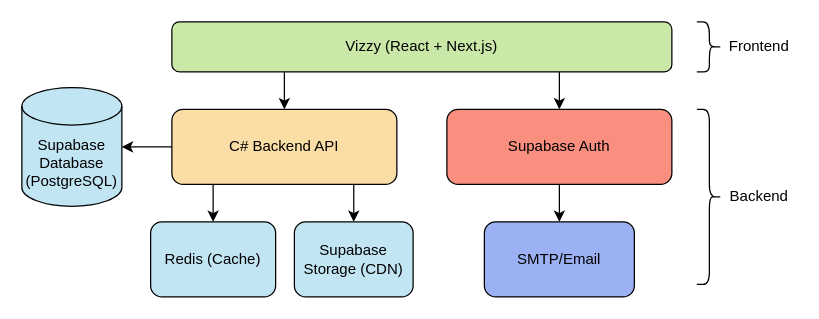
Above: specification/diagrams/system-architecture.drawio in Basiiii/Vizzy (draw.io), before the change. Source tidied: cells renumbered, new cells numbered last; positions are measured from the earlier drawing's top-left corner, leaving out a move shared by most shapes. Both pictures are drawn from the tidied source at 125%, with x=0, y=0 at pixel (21, 21).
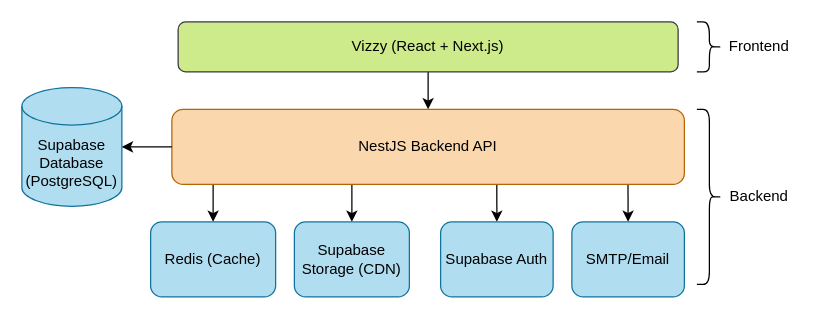
After the change.

Commit message (it also covers changes not shown here):
refactor: update architecture diagram

What changed in the source:
```diff
@@
-    <mxCell id="2" style="edgeStyle=orthogonalEdgeStyle;rounded=0;jettySize=auto;html=1;exitX=0.225;exitY=0.96;exitDx=0;exitDy=0;exitPerimeter=0;" parent="1" edge="1" source="4" target="7">
+    <mxCell id="2" style="edgeStyle=orthogonalEdgeStyle;rounded=0;jettySize=auto;html=1;exitX=0.5;exitY=1;exitDx=0;exitDy=0;" parent="1" edge="1" source="4" target="7">
       <mxGeometry relative="1" as="geometry" />
     </mxCell>
-    <mxCell id="3" style="edgeStyle=orthogonalEdgeStyle;rounded=0;jettySize=auto;html=1;exitX=0.775;exitY=0.998;exitDx=0;exitDy=0;exitPerimeter=0;" parent="1" edge="1" source="4" target="9">
-      <mxGeometry relative="1" as="geometry" />
-    </mxCell>
-    <mxCell id="4" value="Vizzy (React + Next.js)" style="rounded=1;whiteSpace=wrap;html=1;fillColor=light-dark(#cae8a8, #ededed);" parent="1" vertex="1">
-      <mxGeometry x="120" width="400" height="40" as="geometry" />
+    <mxCell id="4" value="&lt;font&gt;Vizzy (React + Next.js)&lt;/font&gt;" style="rounded=1;whiteSpace=wrap;html=1;fillColor=#cdeb8b;strokeColor=#36393d;" parent="1" vertex="1">
+      <mxGeometry x="125" width="400" height="40" as="geometry" />
     </mxCell>
     <mxCell id="5" style="edgeStyle=orthogonalEdgeStyle;rounded=0;jettySize=auto;html=1;entryX=0.5;entryY=0;entryDx=0;entryDy=0;" parent="1" edge="1" source="7" target="10">
       <mxGeometry relative="1" as="geometry">
         <Array as="points">
-          <mxPoint x="266" y="150" />
+          <mxPoint x="264" y="140" />
+          <mxPoint x="264" y="140" />
         </Array>
       </mxGeometry>
     </mxCell>
@@
+    <mxCell id="19" style="edgeStyle=orthogonalEdgeStyle;rounded=0;jettySize=auto;html=1;entryX=0.5;entryY=0;entryDx=0;entryDy=0;exitX=0.634;exitY=1.004;exitDx=0;exitDy=0;exitPerimeter=0;" parent="1" edge="1" source="7" target="9">
+      <mxGeometry relative="1" as="geometry" />
+    </mxCell>
+    <mxCell id="20" style="edgeStyle=orthogonalEdgeStyle;rounded=0;jettySize=auto;html=1;entryX=0.5;entryY=0;entryDx=0;entryDy=0;exitX=0.89;exitY=0.997;exitDx=0;exitDy=0;exitPerimeter=0;" parent="1" edge="1" source="7" target="17">
+      <mxGeometry relative="1" as="geometry" />
+    </mxCell>
-    <mxCell id="7" value="C# Backend API" style="rounded=1;whiteSpace=wrap;html=1;fillColor=light-dark(#fbdda6, #FEDBA7);fontColor=#000000;fillStyle=solid;" parent="1" vertex="1">
-      <mxGeometry x="120" y="70" width="180" height="60" as="geometry" />
+    <mxCell id="7" value="NestJS Backend API" style="rounded=1;whiteSpace=wrap;html=1;fillColor=#fad7ac;fillStyle=solid;strokeColor=#b46504;" parent="1" vertex="1">
+      <mxGeometry x="120" y="70" width="410" height="60" as="geometry" />
     </mxCell>
-    <mxCell id="8" style="edgeStyle=orthogonalEdgeStyle;rounded=0;jettySize=auto;html=1;" parent="1" edge="1" source="9" target="17">
-      <mxGeometry relative="1" as="geometry" />
-    </mxCell>
-    <mxCell id="9" value="Supabase Auth" style="rounded=1;whiteSpace=wrap;html=1;fillColor=light-dark(#fa8e7f, #ededed);glass=0;shadow=0;" parent="1" vertex="1">
-      <mxGeometry x="340" y="70" width="180" height="60" as="geometry" />
+    <mxCell id="9" value="Supabase Auth" style="rounded=1;whiteSpace=wrap;html=1;fillColor=#b1ddf0;glass=0;shadow=0;strokeColor=#10739e;" parent="1" vertex="1">
+      <mxGeometry x="335" y="160" width="90" height="60" as="geometry" />
     </mxCell>
-    <mxCell id="10" value="Supabase Storage (CDN)" style="rounded=1;whiteSpace=wrap;html=1;fillColor=light-dark(#c1e5f2, #ededed);" parent="1" vertex="1">
-      <mxGeometry x="218" y="160" width="95" height="60" as="geometry" />
+    <mxCell id="10" value="Supabase Storage (CDN)" style="rounded=1;whiteSpace=wrap;html=1;fillColor=#b1ddf0;strokeColor=#10739e;" parent="1" vertex="1">
+      <mxGeometry x="218" y="160" width="92" height="60" as="geometry" />
     </mxCell>
-    <mxCell id="11" value="Supabase Database (PostgreSQL)" style="shape=cylinder3;whiteSpace=wrap;html=1;boundedLbl=1;backgroundOutline=1;size=15;fillColor=light-dark(#c1e5f2, #ededed);" parent="1" vertex="1">
+    <mxCell id="11" value="Supabase Database (PostgreSQL)" style="shape=cylinder3;whiteSpace=wrap;html=1;boundedLbl=1;backgroundOutline=1;size=15;fillColor=#b1ddf0;strokeColor=#10739e;" parent="1" vertex="1">
       <mxGeometry y="52.5" width="80" height="95" as="geometry" />
     </mxCell>
@@
-    <mxCell id="17" value="SMTP/Email" style="rounded=1;whiteSpace=wrap;html=1;fillColor=light-dark(#9bb1f3, #ededed);" parent="1" vertex="1">
-      <mxGeometry x="370" y="160" width="120" height="60" as="geometry" />
+    <mxCell id="17" value="SMTP/Email" style="rounded=1;whiteSpace=wrap;html=1;fillColor=#b1ddf0;strokeColor=#10739e;" parent="1" vertex="1">
+      <mxGeometry x="440" y="160" width="90" height="60" as="geometry" />
     </mxCell>
-    <mxCell id="18" value="Redis (Cache)" style="rounded=1;whiteSpace=wrap;html=1;fillColor=light-dark(#c1e5f2, #ededed);" parent="1" vertex="1">
+    <mxCell id="18" value="Redis (Cache)" style="rounded=1;whiteSpace=wrap;html=1;fillColor=#b1ddf0;strokeColor=#10739e;" parent="1" vertex="1">
       <mxGeometry x="103" y="160" width="100" height="60" as="geometry" />
     </mxCell>
```
